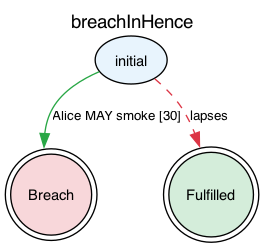
The Graphviz diagram jl4/examples/state-graphs/breachInHence.png in legalese/l4-ide, before a commit. Its source is kept beside it as jl4/examples/state-graphs/breachInHence.dot.
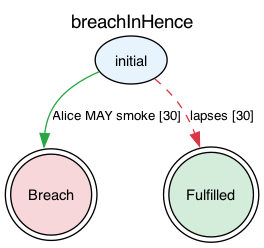
After the change.

The edit, as a diff of the source:
```diff
@@ -26,7 +26,7 @@
     0 -> 1 [label="Alice MAY smoke [30]"
            ,color="#28a745"
            ,style=solid];
-    0 -> 2 [label=lapses
+    0 -> 2 [label="lapses [30]"
            ,color="#dc3545"
            ,style=dashed];
 }
```
